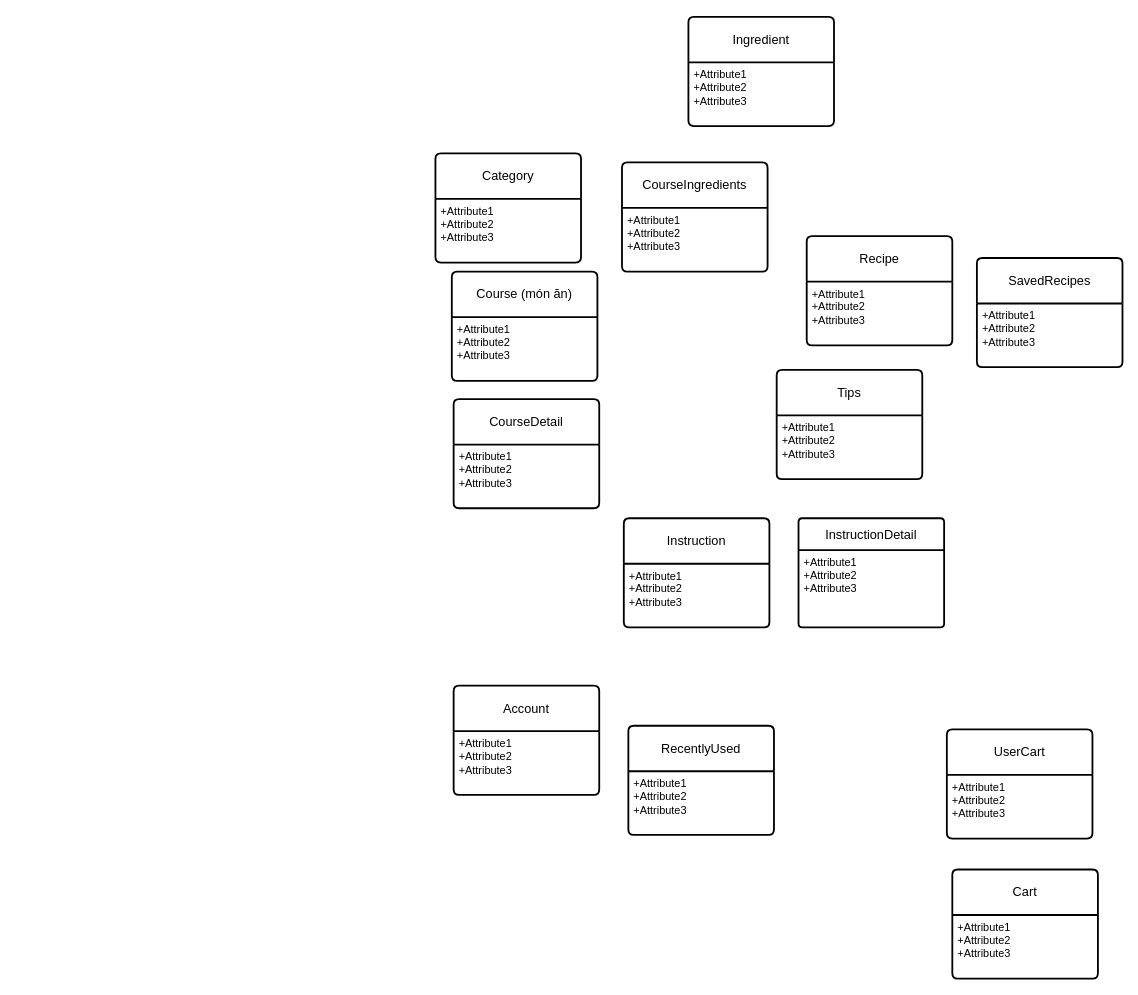
Before: Untitled Diagram.drawio in HoKhanhDang/CookingApp, a draw.io diagram. Source tidied: cells renumbered, new cells numbered last; positions are measured from the earlier drawing's top-left corner, leaving out a move shared by most shapes. Both pictures are drawn from the tidied source at 91%, with x=0, y=0 at pixel (435, 16).
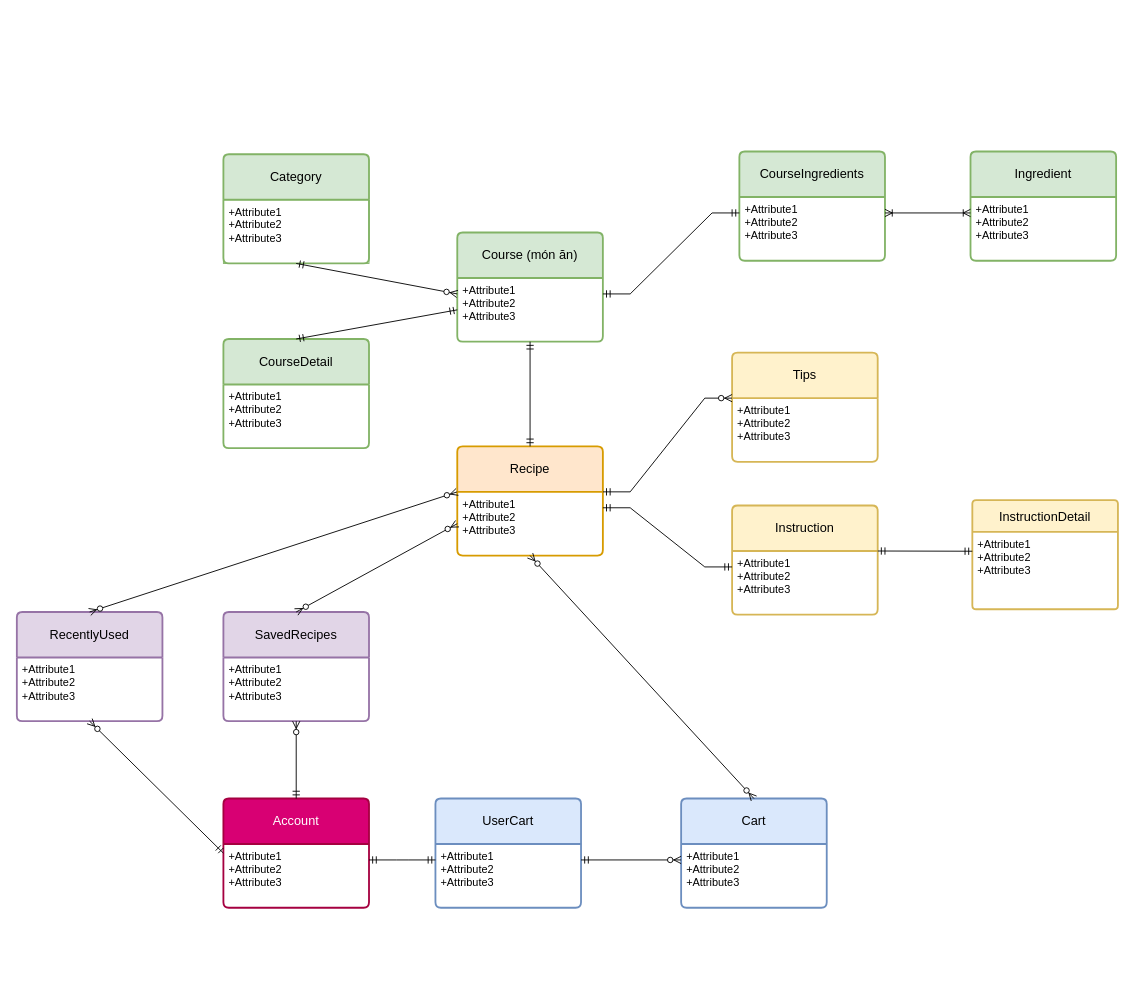
The same diagram, later.

Unchanged cells that the change refers to:
```xml
<mxCell id="3" value="+Attribute1&#10;+Attribute2&#10;+Attribute3" style="align=left;strokeColor=none;fillColor=none;spacingLeft=4;fontSize=12;verticalAlign=top;html=1;" parent="2" vertex="1">
  <mxGeometry y="50" width="160" height="70" as="geometry" />
</mxCell>
<mxCell id="5" value="+Attribute1&#10;+Attribute2&#10;+Attribute3" style="align=left;strokeColor=none;fillColor=none;spacingLeft=4;fontSize=12;verticalAlign=top;html=1;" parent="4" vertex="1">
  <mxGeometry y="50" width="160" height="70" as="geometry" />
</mxCell>
<mxCell id="7" value="+Attribute1&#10;+Attribute2&#10;+Attribute3" style="align=left;strokeColor=none;fillColor=none;spacingLeft=4;fontSize=12;verticalAlign=top;html=1;" parent="6" vertex="1">
  <mxGeometry y="50" width="160" height="70" as="geometry" />
</mxCell>
<mxCell id="9" value="+Attribute1&#10;+Attribute2&#10;+Attribute3" style="align=left;strokeColor=none;fillColor=none;spacingLeft=4;fontSize=12;verticalAlign=top;html=1;" parent="8" vertex="1">
  <mxGeometry y="50" width="160" height="70" as="geometry" />
</mxCell>
<mxCell id="13" value="+Attribute1&#10;+Attribute2&#10;+Attribute3" style="align=left;strokeColor=none;fillColor=none;spacingLeft=4;fontSize=12;verticalAlign=top;html=1;" parent="12" vertex="1">
  <mxGeometry y="35" width="160" height="85" as="geometry" />
</mxCell>
<mxCell id="15" value="+Attribute1&#10;+Attribute2&#10;+Attribute3" style="align=left;strokeColor=none;fillColor=none;spacingLeft=4;fontSize=12;verticalAlign=top;html=1;" parent="14" vertex="1">
  <mxGeometry y="50" width="160" height="70" as="geometry" />
</mxCell>
<mxCell id="17" value="+Attribute1&#10;+Attribute2&#10;+Attribute3" style="align=left;strokeColor=none;fillColor=none;spacingLeft=4;fontSize=12;verticalAlign=top;html=1;" parent="16" vertex="1">
  <mxGeometry y="50" width="160" height="70" as="geometry" />
</mxCell>
<mxCell id="19" value="+Attribute1&#10;+Attribute2&#10;+Attribute3" style="align=left;strokeColor=none;fillColor=none;spacingLeft=4;fontSize=12;verticalAlign=top;html=1;" parent="18" vertex="1">
  <mxGeometry y="50" width="160" height="70" as="geometry" />
</mxCell>
<mxCell id="25" value="+Attribute1&#10;+Attribute2&#10;+Attribute3" style="align=left;strokeColor=none;fillColor=none;spacingLeft=4;fontSize=12;verticalAlign=top;html=1;" parent="24" vertex="1">
  <mxGeometry y="50" width="160" height="70" as="geometry" />
</mxCell>
<mxCell id="27" value="+Attribute1&#10;+Attribute2&#10;+Attribute3" style="align=left;strokeColor=none;fillColor=none;spacingLeft=4;fontSize=12;verticalAlign=top;html=1;" parent="26" vertex="1">
  <mxGeometry y="50" width="160" height="70" as="geometry" />
</mxCell>
```

Diff of the diagram source:
```diff
@@
-    <mxCell id="2" value="Recipe" style="swimlane;horizontal=1;startSize=50;rounded=1;fontSize=14;fontStyle=0;strokeWidth=2;shadow=0;dashed=0;align=center;arcSize=4;whiteSpace=wrap;html=1;" parent="1" vertex="1">
-      <mxGeometry x="408" y="241" width="160" height="120" as="geometry" />
+    <mxCell id="2" value="Recipe" style="swimlane;horizontal=1;startSize=50;rounded=1;fontSize=14;fontStyle=0;strokeWidth=2;shadow=0;dashed=0;align=center;arcSize=4;whiteSpace=wrap;html=1;fillColor=#ffe6cc;swimlaneFillColor=default;strokeColor=#d79b00;" parent="1" vertex="1">
+      <mxGeometry x="24" y="472" width="160" height="120" as="geometry" />
     </mxCell>
@@
-    <mxCell id="4" value="Instruction" style="swimlane;horizontal=1;startSize=50;rounded=1;fontSize=14;fontStyle=0;strokeWidth=2;shadow=0;dashed=0;align=center;arcSize=4;whiteSpace=wrap;html=1;" parent="1" vertex="1">
-      <mxGeometry x="207" y="551" width="160" height="120" as="geometry" />
+    <mxCell id="4" value="Instruction" style="swimlane;horizontal=1;startSize=50;rounded=1;fontSize=14;fontStyle=0;strokeWidth=2;shadow=0;dashed=0;align=center;arcSize=4;whiteSpace=wrap;html=1;swimlaneFillColor=default;fillColor=#fff2cc;strokeColor=#d6b656;" parent="1" vertex="1">
+      <mxGeometry x="326" y="537" width="160" height="120" as="geometry" />
     </mxCell>
@@
-    <mxCell id="6" value="Ingredient" style="swimlane;horizontal=1;startSize=50;rounded=1;fontSize=14;fontStyle=0;strokeWidth=2;shadow=0;dashed=0;align=center;arcSize=4;whiteSpace=wrap;html=1;" parent="1" vertex="1">
-      <mxGeometry x="278" width="160" height="120" as="geometry" />
+    <mxCell id="6" value="Ingredient" style="swimlane;horizontal=1;startSize=50;rounded=1;fontSize=14;fontStyle=0;strokeWidth=2;shadow=0;dashed=0;align=center;arcSize=4;whiteSpace=wrap;html=1;swimlaneFillColor=default;fillColor=#d5e8d4;strokeColor=#82b366;" parent="1" vertex="1">
+      <mxGeometry x="588" y="148" width="160" height="120" as="geometry" />
     </mxCell>
@@
-    <mxCell id="8" value="Course (món ăn)" style="swimlane;horizontal=1;startSize=50;rounded=1;fontSize=14;fontStyle=0;strokeWidth=2;shadow=0;dashed=0;align=center;arcSize=4;whiteSpace=wrap;html=1;" parent="1" vertex="1">
-      <mxGeometry x="18" y="280" width="160" height="120" as="geometry" />
+    <mxCell id="8" value="Course (món ăn)" style="swimlane;horizontal=1;startSize=50;rounded=1;fontSize=14;fontStyle=0;strokeWidth=2;shadow=0;dashed=0;align=center;arcSize=4;whiteSpace=wrap;html=1;swimlaneFillColor=default;fillColor=#d5e8d4;strokeColor=#82b366;" parent="1" vertex="1">
+      <mxGeometry x="24" y="237" width="160" height="120" as="geometry" />
     </mxCell>
@@
-    <mxCell id="10" value="CourseDetail" style="swimlane;horizontal=1;startSize=50;rounded=1;fontSize=14;fontStyle=0;strokeWidth=2;shadow=0;dashed=0;align=center;arcSize=4;whiteSpace=wrap;html=1;" parent="1" vertex="1">
-      <mxGeometry x="20" y="420" width="160" height="120" as="geometry" />
+    <mxCell id="10" value="CourseDetail" style="swimlane;horizontal=1;startSize=50;rounded=1;fontSize=14;fontStyle=0;strokeWidth=2;shadow=0;dashed=0;align=center;arcSize=4;whiteSpace=wrap;html=1;swimlaneFillColor=default;fillColor=#d5e8d4;strokeColor=#82b366;" parent="1" vertex="1">
+      <mxGeometry x="-233" y="354" width="160" height="120" as="geometry" />
     </mxCell>
@@
-    <mxCell id="12" value="InstructionDetail" style="swimlane;horizontal=1;startSize=35;rounded=1;fontSize=14;fontStyle=0;strokeWidth=2;shadow=0;dashed=0;align=center;arcSize=4;whiteSpace=wrap;html=1;" parent="1" vertex="1">
-      <mxGeometry x="399" y="551" width="160" height="120" as="geometry" />
+    <mxCell id="12" value="InstructionDetail" style="swimlane;horizontal=1;startSize=35;rounded=1;fontSize=14;fontStyle=0;strokeWidth=2;shadow=0;dashed=0;align=center;arcSize=4;whiteSpace=wrap;html=1;swimlaneFillColor=default;fillColor=#fff2cc;strokeColor=#d6b656;" parent="1" vertex="1">
+      <mxGeometry x="590" y="531" width="160" height="120" as="geometry" />
     </mxCell>
@@
-    <mxCell id="14" value="Tips" style="swimlane;horizontal=1;startSize=50;rounded=1;fontSize=14;fontStyle=0;strokeWidth=2;shadow=0;dashed=0;align=center;arcSize=4;whiteSpace=wrap;html=1;" parent="1" vertex="1">
-      <mxGeometry x="375" y="388" width="160" height="120" as="geometry" />
+    <mxCell id="14" value="Tips" style="swimlane;horizontal=1;startSize=50;rounded=1;fontSize=14;fontStyle=0;strokeWidth=2;shadow=0;dashed=0;align=center;arcSize=4;whiteSpace=wrap;html=1;swimlaneFillColor=default;fillColor=#fff2cc;strokeColor=#d6b656;" parent="1" vertex="1">
+      <mxGeometry x="326" y="369" width="160" height="120" as="geometry" />
     </mxCell>
@@
-    <mxCell id="16" value="CourseIngredients" style="swimlane;horizontal=1;startSize=50;rounded=1;fontSize=14;fontStyle=0;strokeWidth=2;shadow=0;dashed=0;align=center;arcSize=4;whiteSpace=wrap;html=1;" parent="1" vertex="1">
-      <mxGeometry x="205" y="160" width="160" height="120" as="geometry" />
+    <mxCell id="16" value="CourseIngredients" style="swimlane;horizontal=1;startSize=50;rounded=1;fontSize=14;fontStyle=0;strokeWidth=2;shadow=0;dashed=0;align=center;arcSize=4;whiteSpace=wrap;html=1;swimlaneFillColor=default;fillColor=#d5e8d4;strokeColor=#82b366;" parent="1" vertex="1">
+      <mxGeometry x="334" y="148" width="160" height="120" as="geometry" />
     </mxCell>
@@
-    <mxCell id="18" value="Account" style="swimlane;horizontal=1;startSize=50;rounded=1;fontSize=14;fontStyle=0;strokeWidth=2;shadow=0;dashed=0;align=center;arcSize=4;whiteSpace=wrap;html=1;" parent="1" vertex="1">
-      <mxGeometry x="20" y="735" width="160" height="120" as="geometry" />
+    <mxCell id="18" value="Account" style="swimlane;horizontal=1;startSize=50;rounded=1;fontSize=14;fontStyle=0;strokeWidth=2;shadow=0;dashed=0;align=center;arcSize=4;whiteSpace=wrap;html=1;swimlaneFillColor=default;fillColor=#d80073;fontColor=#ffffff;strokeColor=#A50040;" parent="1" vertex="1">
+      <mxGeometry x="-233" y="859" width="160" height="120" as="geometry" />
     </mxCell>
@@
-    <mxCell id="20" value="RecentlyUsed" style="swimlane;horizontal=1;startSize=50;rounded=1;fontSize=14;fontStyle=0;strokeWidth=2;shadow=0;dashed=0;align=center;arcSize=4;whiteSpace=wrap;html=1;" parent="1" vertex="1">
-      <mxGeometry x="212" y="779" width="160" height="120" as="geometry" />
+    <mxCell id="20" value="RecentlyUsed" style="swimlane;horizontal=1;startSize=50;rounded=1;fontSize=14;fontStyle=0;strokeWidth=2;shadow=0;dashed=0;align=center;arcSize=4;whiteSpace=wrap;html=1;swimlaneFillColor=default;fillColor=#e1d5e7;strokeColor=#9673a6;" parent="1" vertex="1">
+      <mxGeometry x="-460" y="654" width="160" height="120" as="geometry" />
     </mxCell>
-    <mxCell id="21" value="+Attribute1&#10;+Attribute2&#10;+Attribute3" style="align=left;strokeColor=none;fillColor=none;spacingLeft=4;fontSize=12;verticalAlign=top;html=1;" parent="20" vertex="1">
+    <mxCell id="21" value="+Attribute1&#10;+Attribute2&#10;+Attribute3" style="align=left;strokeColor=none;fillColor=none;spacingLeft=4;fontSize=12;verticalAlign=top;html=1;swimlaneFillColor=default;" parent="20" vertex="1">
       <mxGeometry y="50" width="160" height="70" as="geometry" />
     </mxCell>
-    <mxCell id="22" value="Category" style="swimlane;horizontal=1;startSize=50;rounded=1;fontSize=14;fontStyle=0;strokeWidth=2;shadow=0;dashed=0;align=center;arcSize=4;whiteSpace=wrap;html=1;" parent="1" vertex="1">
-      <mxGeometry y="150" width="160" height="120" as="geometry" />
+    <mxCell id="22" value="Category" style="swimlane;horizontal=1;startSize=50;rounded=1;fontSize=14;fontStyle=0;strokeWidth=2;shadow=0;dashed=0;align=center;arcSize=4;whiteSpace=wrap;html=1;swimlaneFillColor=default;fillColor=#d5e8d4;strokeColor=#82b366;" parent="1" vertex="1">
+      <mxGeometry x="-233" y="151" width="160" height="120" as="geometry" />
     </mxCell>
-    <mxCell id="23" value="+Attribute1&#10;+Attribute2&#10;+Attribute3" style="align=left;strokeColor=none;fillColor=none;spacingLeft=4;fontSize=12;verticalAlign=top;html=1;" parent="22" vertex="1">
+    <mxCell id="23" value="+Attribute1&#10;+Attribute2&#10;+Attribute3" style="align=left;strokeColor=#82b366;fillColor=none;spacingLeft=4;fontSize=12;verticalAlign=top;html=1;swimlaneFillColor=default;" parent="22" vertex="1">
       <mxGeometry y="50" width="160" height="70" as="geometry" />
     </mxCell>
-    <mxCell id="24" value="UserCart" style="swimlane;horizontal=1;startSize=50;rounded=1;fontSize=14;fontStyle=0;strokeWidth=2;shadow=0;dashed=0;align=center;arcSize=4;whiteSpace=wrap;html=1;" parent="1" vertex="1">
-      <mxGeometry x="562" y="783" width="160" height="120" as="geometry" />
+    <mxCell id="24" value="UserCart" style="swimlane;horizontal=1;startSize=50;rounded=1;fontSize=14;fontStyle=0;strokeWidth=2;shadow=0;dashed=0;align=center;arcSize=4;whiteSpace=wrap;html=1;fillColor=#dae8fc;swimlaneFillColor=default;strokeColor=#6c8ebf;" parent="1" vertex="1">
+      <mxGeometry y="859" width="160" height="120" as="geometry" />
     </mxCell>
@@
-    <mxCell id="26" value="Cart" style="swimlane;horizontal=1;startSize=50;rounded=1;fontSize=14;fontStyle=0;strokeWidth=2;shadow=0;dashed=0;align=center;arcSize=4;whiteSpace=wrap;html=1;" parent="1" vertex="1">
-      <mxGeometry x="568" y="937" width="160" height="120" as="geometry" />
+    <mxCell id="26" value="Cart" style="swimlane;horizontal=1;startSize=50;rounded=1;fontSize=14;fontStyle=0;strokeWidth=2;shadow=0;dashed=0;align=center;arcSize=4;whiteSpace=wrap;html=1;fillColor=#dae8fc;swimlaneFillColor=default;strokeColor=#6c8ebf;" parent="1" vertex="1">
+      <mxGeometry x="270" y="859" width="160" height="120" as="geometry" />
     </mxCell>
@@
-    <mxCell id="28" value="SavedRecipes" style="swimlane;horizontal=1;startSize=50;rounded=1;fontSize=14;fontStyle=0;strokeWidth=2;shadow=0;dashed=0;align=center;arcSize=4;whiteSpace=wrap;html=1;" parent="1" vertex="1">
-      <mxGeometry x="595" y="265" width="160" height="120" as="geometry" />
+    <mxCell id="28" value="SavedRecipes" style="swimlane;horizontal=1;startSize=50;rounded=1;fontSize=14;fontStyle=0;strokeWidth=2;shadow=0;dashed=0;align=center;arcSize=4;whiteSpace=wrap;html=1;swimlaneFillColor=default;fillColor=#e1d5e7;strokeColor=#9673a6;" parent="1" vertex="1">
+      <mxGeometry x="-233" y="654" width="160" height="120" as="geometry" />
     </mxCell>
-    <mxCell id="29" value="+Attribute1&#10;+Attribute2&#10;+Attribute3" style="align=left;strokeColor=none;fillColor=none;spacingLeft=4;fontSize=12;verticalAlign=top;html=1;" parent="28" vertex="1">
+    <mxCell id="29" value="+Attribute1&#10;+Attribute2&#10;+Attribute3" style="align=left;strokeColor=none;fillColor=none;spacingLeft=4;fontSize=12;verticalAlign=top;html=1;swimlaneFillColor=default;" parent="28" vertex="1">
       <mxGeometry y="50" width="160" height="70" as="geometry" />
     </mxCell>
+    <mxCell id="30" style="fontSize=12;html=1;endArrow=ERzeroToMany;startArrow=ERmandOne;rounded=0;exitX=0.5;exitY=1;exitDx=0;exitDy=0;entryX=0;entryY=0.25;entryDx=0;entryDy=0;" parent="1" edge="1" source="23" target="9">
+      <mxGeometry relative="1" as="geometry" />
+    </mxCell>
+    <mxCell id="31" style="fontSize=12;html=1;endArrow=ERoneToMany;startArrow=ERoneToMany;rounded=0;entryX=0;entryY=0.25;entryDx=0;entryDy=0;exitX=1;exitY=0.25;exitDx=0;exitDy=0;" parent="1" edge="1" source="17" target="7">
+      <mxGeometry relative="1" as="geometry" />
+    </mxCell>
+    <mxCell id="32" style="edgeStyle=entityRelationEdgeStyle;fontSize=12;html=1;endArrow=ERmandOne;startArrow=ERmandOne;rounded=0;entryX=0;entryY=0.25;entryDx=0;entryDy=0;exitX=1;exitY=0.25;exitDx=0;exitDy=0;" parent="1" edge="1" source="9" target="17">
+      <mxGeometry relative="1" as="geometry" />
+    </mxCell>
+    <mxCell id="33" style="fontSize=12;html=1;endArrow=ERmandOne;startArrow=ERmandOne;rounded=0;entryX=0;entryY=0.5;entryDx=0;entryDy=0;exitX=0.5;exitY=0;exitDx=0;exitDy=0;" parent="1" edge="1" source="10" target="9">
+      <mxGeometry relative="1" as="geometry" />
+    </mxCell>
+    <mxCell id="34" style="fontSize=12;html=1;endArrow=ERmandOne;startArrow=ERmandOne;rounded=0;entryX=1;entryY=0;entryDx=0;entryDy=0;exitX=0;exitY=0.25;exitDx=0;exitDy=0;" parent="1" edge="1" source="13" target="5">
+      <mxGeometry relative="1" as="geometry" />
+    </mxCell>
+    <mxCell id="35" style="fontSize=12;html=1;endArrow=ERmandOne;startArrow=ERmandOne;rounded=0;entryX=0.5;entryY=1;entryDx=0;entryDy=0;exitX=0.5;exitY=0;exitDx=0;exitDy=0;" parent="1" edge="1" source="2" target="9">
+      <mxGeometry relative="1" as="geometry" />
+    </mxCell>
+    <mxCell id="36" style="edgeStyle=entityRelationEdgeStyle;fontSize=12;html=1;endArrow=ERmandOne;startArrow=ERmandOne;rounded=0;exitX=1;exitY=0.25;exitDx=0;exitDy=0;entryX=0;entryY=0.25;entryDx=0;entryDy=0;" parent="1" edge="1" source="3" target="5">
+      <mxGeometry relative="1" as="geometry" />
+    </mxCell>
+    <mxCell id="37" style="edgeStyle=entityRelationEdgeStyle;fontSize=12;html=1;endArrow=ERzeroToMany;startArrow=ERmandOne;rounded=0;entryX=0;entryY=0;entryDx=0;entryDy=0;exitX=1;exitY=0;exitDx=0;exitDy=0;" parent="1" edge="1" source="3" target="15">
+      <mxGeometry relative="1" as="geometry" />
+    </mxCell>
+    <mxCell id="38" style="edgeStyle=entityRelationEdgeStyle;fontSize=12;html=1;endArrow=ERmandOne;startArrow=ERmandOne;rounded=0;entryX=1;entryY=0.25;entryDx=0;entryDy=0;exitX=0;exitY=0.25;exitDx=0;exitDy=0;" parent="1" edge="1" source="25" target="19">
+      <mxGeometry relative="1" as="geometry" />
+    </mxCell>
+    <mxCell id="39" style="fontSize=12;html=1;endArrow=ERzeroToMany;startArrow=ERmandOne;rounded=0;exitX=1;exitY=0.25;exitDx=0;exitDy=0;entryX=0;entryY=0.25;entryDx=0;entryDy=0;" parent="1" edge="1" source="25" target="27">
+      <mxGeometry relative="1" as="geometry" />
+    </mxCell>
+    <mxCell id="40" style="fontSize=12;html=1;endArrow=ERzeroToMany;endFill=1;startArrow=ERzeroToMany;rounded=0;entryX=0.5;entryY=1;entryDx=0;entryDy=0;exitX=0.5;exitY=0;exitDx=0;exitDy=0;" parent="1" edge="1" source="26" target="3">
+      <mxGeometry relative="1" as="geometry" />
+    </mxCell>
+    <mxCell id="41" style="fontSize=12;html=1;endArrow=ERzeroToMany;startArrow=ERmandOne;rounded=0;exitX=0.5;exitY=0;exitDx=0;exitDy=0;entryX=0.5;entryY=1;entryDx=0;entryDy=0;" parent="1" edge="1" source="18" target="29">
+      <mxGeometry relative="1" as="geometry" />
+    </mxCell>
+    <mxCell id="42" style="fontSize=12;html=1;endArrow=ERzeroToMany;endFill=1;startArrow=ERzeroToMany;rounded=0;exitX=0.5;exitY=0;exitDx=0;exitDy=0;entryX=0;entryY=0.5;entryDx=0;entryDy=0;" parent="1" edge="1" source="28" target="3">
+      <mxGeometry relative="1" as="geometry" />
+    </mxCell>
+    <mxCell id="43" style="fontSize=12;html=1;endArrow=ERzeroToMany;endFill=1;startArrow=ERzeroToMany;rounded=0;exitX=0.5;exitY=0;exitDx=0;exitDy=0;entryX=0;entryY=0;entryDx=0;entryDy=0;" parent="1" edge="1" source="20" target="3">
+      <mxGeometry relative="1" as="geometry" />
+    </mxCell>
+    <mxCell id="44" style="fontSize=12;html=1;endArrow=ERzeroToMany;startArrow=ERmandOne;rounded=0;exitX=0;exitY=0.5;exitDx=0;exitDy=0;entryX=0.5;entryY=1;entryDx=0;entryDy=0;" parent="1" edge="1" source="18" target="21">
+      <mxGeometry relative="1" as="geometry" />
+    </mxCell>
```
